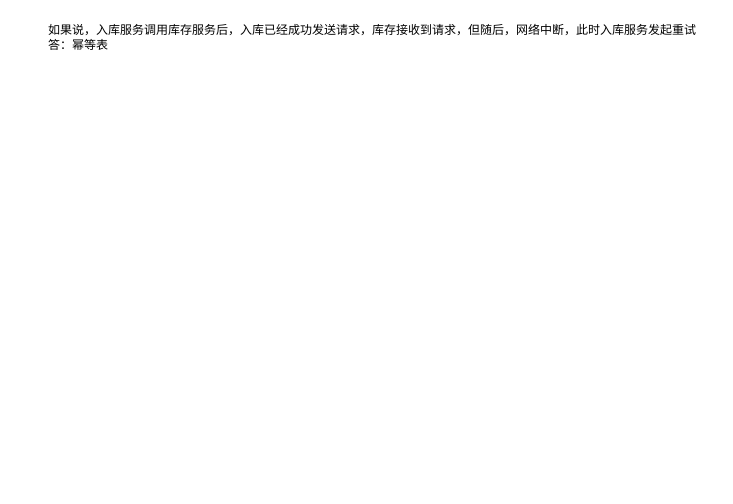
This is 库存数据准确性问题.drawio from HaiHuangCHN/diagrams, a draw.io file, before an edit. Source tidied: cells renumbered, new cells numbered last; positions are measured from the earlier drawing's top-left corner, leaving out a move shared by most shapes. Both pictures are drawn from the tidied source at 100%, with x=0, y=0 at pixel (46, 17).
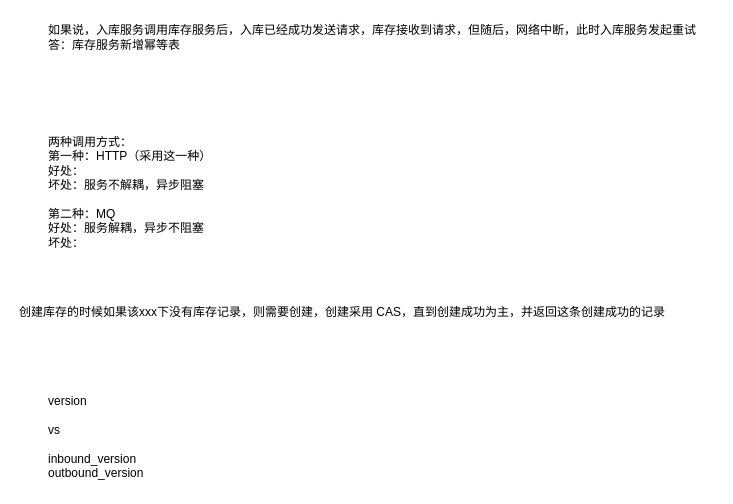
The same page after the edit.

Commit message:
更新库存数据准确性问题.drawio

The edit, as a diff of the source:
```diff
@@
 <mxGraphModel>
   <root>
     <mxCell id="0" />
     <mxCell id="1" parent="0" />
-    <mxCell id="2" value="如果说，入库服务调用库存服务后，入库已经成功发送请求，库存接收到请求，但随后，网络中断，此时入库服务发起重试&lt;div&gt;答：幂等表&lt;/div&gt;" style="text;html=1;align=left;verticalAlign=middle;strokeColor=none;fillColor=none;" parent="1" vertex="1">
+    <mxCell id="2" value="如果说，入库服务调用库存服务后，入库已经成功发送请求，库存接收到请求，但随后，网络中断，此时入库服务发起重试&lt;div&gt;答：库存服务新增幂等表&lt;/div&gt;" style="text;html=1;align=left;verticalAlign=middle;strokeColor=none;fillColor=none;" parent="1" vertex="1">
       <mxGeometry width="670" height="40" as="geometry" />
     </mxCell>
+    <mxCell id="3" value="两种调用方式：&lt;div&gt;第一种：HTTP（采用这一种）&lt;/div&gt;&lt;div&gt;好处：&lt;/div&gt;&lt;div&gt;坏处：服务不解耦，异步阻塞&lt;/div&gt;&lt;div&gt;&lt;br&gt;&lt;/div&gt;&lt;div&gt;第二种：MQ&lt;/div&gt;&lt;div&gt;好处：服务解耦，异步不阻塞&lt;/div&gt;&lt;div&gt;坏处：&lt;/div&gt;" style="text;html=1;align=left;verticalAlign=middle;strokeColor=none;fillColor=none;" parent="1" vertex="1">
+      <mxGeometry y="110" width="190" height="130" as="geometry" />
+    </mxCell>
+    <mxCell id="4" value="创建库存的时候如果该xxx下没有库存记录，则需要创建，创建采用 CAS，直到创建成功为主，并返回这条创建成功的记录" style="text;html=1;align=left;verticalAlign=middle;strokeColor=none;fillColor=none;" parent="1" vertex="1">
+      <mxGeometry x="-29" y="280" width="670" height="30" as="geometry" />
+    </mxCell>
+    <mxCell id="5" value="&lt;div&gt;version&lt;/div&gt;&lt;div&gt;&lt;br&gt;&lt;/div&gt;&lt;div&gt;vs&lt;/div&gt;&lt;div&gt;&lt;br&gt;&lt;/div&gt;inbound_version&lt;div&gt;outbound_version&lt;/div&gt;" style="text;html=1;align=left;verticalAlign=middle;strokeColor=none;fillColor=none;" parent="1" vertex="1">
+      <mxGeometry y="370" width="120" height="100" as="geometry" />
+    </mxCell>
   </root>
 </mxGraphModel>
```
